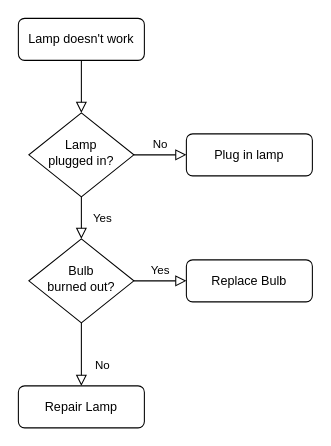
This is Untitled Diagram.drawio from jpedoukou/Flowcharts, a draw.io file, before an edit. Source tidied: cells renumbered, new cells numbered last; positions are measured from the earlier drawing's top-left corner, leaving out a move shared by most shapes. Both pictures are drawn from the tidied source at 105%, with x=0, y=0 at pixel (18, 18).
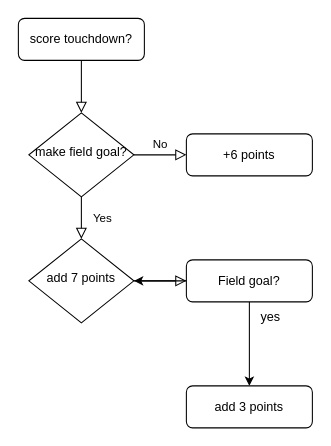
Above is the later version.

Commit message:
football flowchart

The edit, as a diff of the source:
```diff
@@
 <mxGraphModel>
   <root>
     <mxCell id="0" />
     <mxCell id="1" parent="0" />
     <mxCell id="2" style="rounded=0;html=1;jettySize=auto;fontSize=11;endArrow=block;endFill=0;endSize=8;strokeWidth=1;shadow=0;labelBackgroundColor=none;edgeStyle=orthogonalEdgeStyle;" parent="1" edge="1" source="3" target="6">
       <mxGeometry relative="1" as="geometry" />
     </mxCell>
-    <mxCell id="3" value="Lamp doesn't work" style="rounded=1;whiteSpace=wrap;html=1;fontSize=12;glass=0;strokeWidth=1;shadow=0;" parent="1" vertex="1">
+    <mxCell id="3" value="score touchdown?" style="rounded=1;whiteSpace=wrap;html=1;fontSize=12;glass=0;strokeWidth=1;shadow=0;" parent="1" vertex="1">
       <mxGeometry width="120" height="40" as="geometry" />
     </mxCell>
     <mxCell id="4" value="Yes" style="rounded=0;html=1;jettySize=auto;fontSize=11;endArrow=block;endFill=0;endSize=8;strokeWidth=1;shadow=0;labelBackgroundColor=none;edgeStyle=orthogonalEdgeStyle;" parent="1" edge="1" source="6" target="10">
       <mxGeometry y="20" relative="1" as="geometry" />
     </mxCell>
     <mxCell id="5" value="No" style="edgeStyle=orthogonalEdgeStyle;rounded=0;html=1;jettySize=auto;fontSize=11;endArrow=block;endFill=0;endSize=8;strokeWidth=1;shadow=0;labelBackgroundColor=none;" parent="1" edge="1" source="6" target="7">
       <mxGeometry y="10" relative="1" as="geometry" />
     </mxCell>
-    <mxCell id="6" value="Lamp&lt;br&gt;plugged in?" style="rhombus;whiteSpace=wrap;html=1;shadow=0;fontFamily=Helvetica;fontSize=12;align=center;strokeWidth=1;spacing=6;spacingTop=-4;" parent="1" vertex="1">
+    <mxCell id="6" value="make field goal?" style="rhombus;whiteSpace=wrap;html=1;shadow=0;fontFamily=Helvetica;fontSize=12;align=center;strokeWidth=1;spacing=6;spacingTop=-4;" parent="1" vertex="1">
       <mxGeometry x="10" y="90" width="100" height="80" as="geometry" />
     </mxCell>
-    <mxCell id="7" value="Plug in lamp" style="rounded=1;whiteSpace=wrap;html=1;fontSize=12;glass=0;strokeWidth=1;shadow=0;" parent="1" vertex="1">
+    <mxCell id="7" value="+6 points" style="rounded=1;whiteSpace=wrap;html=1;fontSize=12;glass=0;strokeWidth=1;shadow=0;" parent="1" vertex="1">
       <mxGeometry x="160" y="110" width="120" height="40" as="geometry" />
     </mxCell>
-    <mxCell id="8" value="No" style="rounded=0;html=1;jettySize=auto;fontSize=11;endArrow=block;endFill=0;endSize=8;strokeWidth=1;shadow=0;labelBackgroundColor=none;edgeStyle=orthogonalEdgeStyle;" parent="1" edge="1" source="10" target="11">
-      <mxGeometry x="0.33" y="20" relative="1" as="geometry" />
-    </mxCell>
-    <mxCell id="9" value="Yes" style="edgeStyle=orthogonalEdgeStyle;rounded=0;html=1;jettySize=auto;fontSize=11;endArrow=block;endFill=0;endSize=8;strokeWidth=1;shadow=0;labelBackgroundColor=none;" parent="1" edge="1" source="10" target="12">
+    <mxCell id="9" style="edgeStyle=orthogonalEdgeStyle;rounded=0;html=1;jettySize=auto;fontSize=11;endArrow=block;endFill=0;endSize=8;strokeWidth=1;shadow=0;labelBackgroundColor=none;" parent="1" edge="1" source="10" target="12">
       <mxGeometry y="10" relative="1" as="geometry" />
     </mxCell>
-    <mxCell id="10" value="Bulb&lt;br&gt;burned out?" style="rhombus;whiteSpace=wrap;html=1;shadow=0;fontFamily=Helvetica;fontSize=12;align=center;strokeWidth=1;spacing=6;spacingTop=-4;" parent="1" vertex="1">
+    <mxCell id="10" value="add 7 points" style="rhombus;whiteSpace=wrap;html=1;shadow=0;fontFamily=Helvetica;fontSize=12;align=center;strokeWidth=1;spacing=6;spacingTop=-4;" parent="1" vertex="1">
       <mxGeometry x="10" y="210" width="100" height="80" as="geometry" />
     </mxCell>
-    <mxCell id="11" value="Repair Lamp" style="rounded=1;whiteSpace=wrap;html=1;fontSize=12;glass=0;strokeWidth=1;shadow=0;" parent="1" vertex="1">
-      <mxGeometry y="350" width="120" height="40" as="geometry" />
-    </mxCell>
+    <mxCell id="13" style="edgeStyle=orthogonalEdgeStyle;rounded=0;jettySize=auto;html=1;" parent="1" edge="1" source="12" target="10">
+      <mxGeometry relative="1" as="geometry" />
+    </mxCell>
+    <mxCell id="14" style="edgeStyle=orthogonalEdgeStyle;rounded=0;jettySize=auto;html=1;" parent="1" edge="1" source="12" target="15">
+      <mxGeometry relative="1" as="geometry" />
+    </mxCell>
-    <mxCell id="12" value="Replace Bulb" style="rounded=1;whiteSpace=wrap;html=1;fontSize=12;glass=0;strokeWidth=1;shadow=0;" parent="1" vertex="1">
+    <mxCell id="12" value="Field goal?" style="rounded=1;whiteSpace=wrap;html=1;fontSize=12;glass=0;strokeWidth=1;shadow=0;" parent="1" vertex="1">
       <mxGeometry x="160" y="230" width="120" height="40" as="geometry" />
     </mxCell>
+    <mxCell id="15" value="add 3 points" style="rounded=1;whiteSpace=wrap;html=1;fontSize=12;glass=0;strokeWidth=1;shadow=0;" parent="1" vertex="1">
+      <mxGeometry x="160" y="350" width="120" height="40" as="geometry" />
+    </mxCell>
+    <mxCell id="16" value="yes" style="text;html=1;align=center;verticalAlign=middle;strokeColor=none;fillColor=none;" parent="1" vertex="1">
+      <mxGeometry x="220" y="270" width="40" height="30" as="geometry" />
+    </mxCell>
   </root>
 </mxGraphModel>
```
